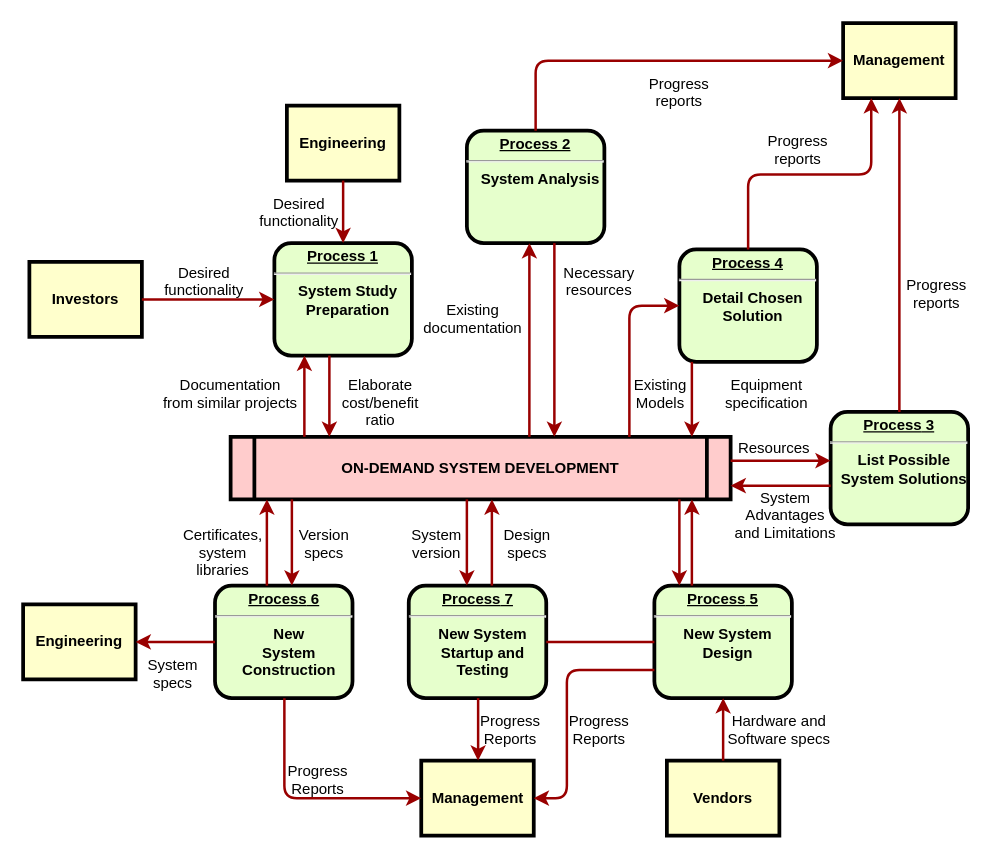
Above: Assets/未命名绘图.drawio in sun33sun/HomeVisit_2019_URP (draw.io), before the change. Source tidied: cells renumbered, new cells numbered last; positions are measured from the earlier drawing's top-left corner, leaving out a move shared by most shapes. Both pictures are drawn from the tidied source at 125%, with x=0, y=0 at pixel (22, 22).
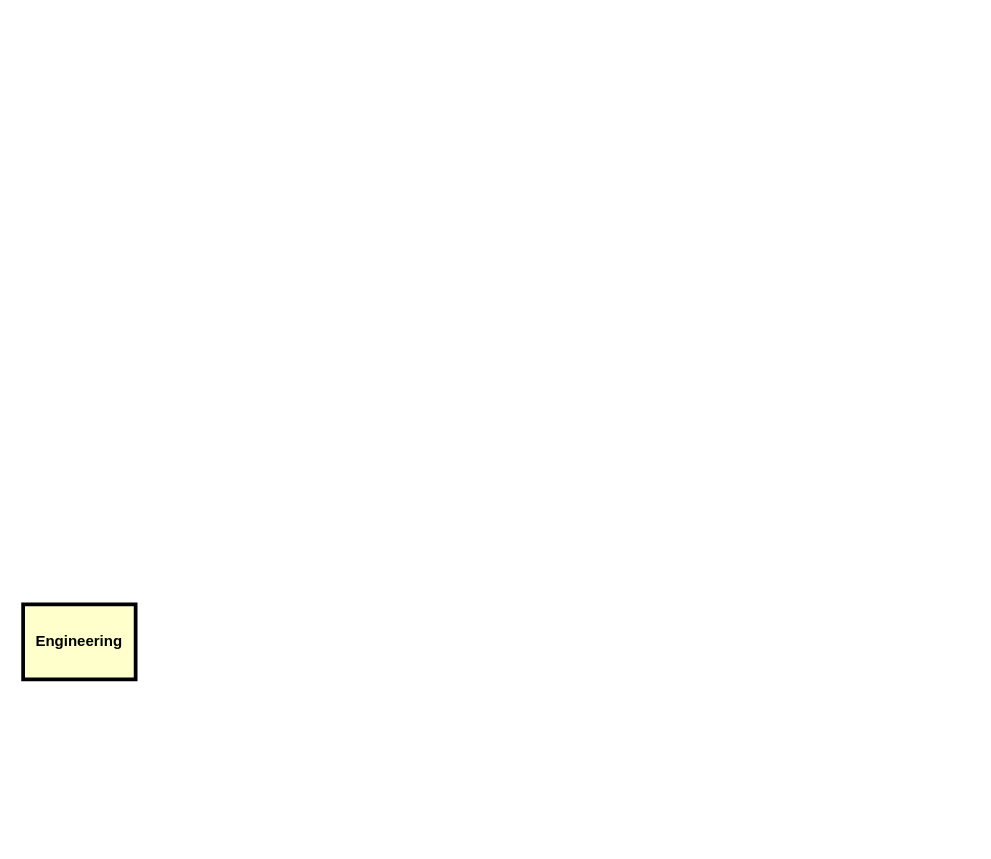
Above is the later version.

Commit message:
新添加的需求.drawio

The change refers to these unchanged cells:
```xml
<mxCell id="13" value="Engineering" style="whiteSpace=wrap;align=center;verticalAlign=middle;fontStyle=1;strokeWidth=3;fillColor=#FFFFCC;" parent="1" vertex="1">
  <mxGeometry y="465" width="90" height="60" as="geometry" />
</mxCell>
```

Change to the diagram source:
```diff
@@
-    <mxCell id="2" value="&lt;p style=&quot;margin: 0px; margin-top: 4px; text-align: center; text-decoration: underline;&quot;&gt;&lt;strong&gt;Process 1&lt;br /&gt;&lt;/strong&gt;&lt;/p&gt;&lt;hr /&gt;&lt;p style=&quot;margin: 0px; margin-left: 8px;&quot;&gt;System Study&lt;/p&gt;&lt;p style=&quot;margin: 0px; margin-left: 8px;&quot;&gt;Preparation&lt;/p&gt;" style="verticalAlign=middle;align=center;overflow=fill;fontSize=12;fontFamily=Helvetica;html=1;rounded=1;fontStyle=1;strokeWidth=3;fillColor=#E6FFCC;" parent="1" vertex="1">
-      <mxGeometry x="201" y="176" width="110" height="90" as="geometry" />
-    </mxCell>
-    <mxCell id="3" value="Engineering" style="whiteSpace=wrap;align=center;verticalAlign=middle;fontStyle=1;strokeWidth=3;fillColor=#FFFFCC;" parent="1" vertex="1">
-      <mxGeometry x="211" y="66" width="90" height="60" as="geometry" />
-    </mxCell>
-    <mxCell id="4" value="Investors" style="whiteSpace=wrap;align=center;verticalAlign=middle;fontStyle=1;strokeWidth=3;fillColor=#FFFFCC;" parent="1" vertex="1">
-      <mxGeometry x="5" y="191" width="90" height="60" as="geometry" />
-    </mxCell>
-    <mxCell id="5" value="ON-DEMAND SYSTEM DEVELOPMENT" style="shape=process;whiteSpace=wrap;align=center;verticalAlign=middle;size=0.0475;fontStyle=1;strokeWidth=3;fillColor=#FFCCCC;" parent="1" vertex="1">
-      <mxGeometry x="166" y="331" width="400" height="50" as="geometry" />
-    </mxCell>
-    <mxCell id="6" value="&lt;p style=&quot;margin: 0px; margin-top: 4px; text-align: center; text-decoration: underline;&quot;&gt;&lt;strong&gt;Process 2&lt;br /&gt;&lt;/strong&gt;&lt;/p&gt;&lt;hr /&gt;&lt;p style=&quot;margin: 0px; margin-left: 8px;&quot;&gt;System Analysis&lt;/p&gt;" style="verticalAlign=middle;align=center;overflow=fill;fontSize=12;fontFamily=Helvetica;html=1;rounded=1;fontStyle=1;strokeWidth=3;fillColor=#E6FFCC;" parent="1" vertex="1">
-      <mxGeometry x="355" y="86" width="110" height="90" as="geometry" />
-    </mxCell>
-    <mxCell id="7" value="&lt;p style=&quot;margin: 0px; margin-top: 4px; text-align: center; text-decoration: underline;&quot;&gt;&lt;strong&gt;&lt;strong&gt;Process&lt;/strong&gt; 3&lt;br /&gt;&lt;/strong&gt;&lt;/p&gt;&lt;hr /&gt;&lt;p style=&quot;margin: 0px; margin-left: 8px;&quot;&gt;List Possible&lt;/p&gt;&lt;p style=&quot;margin: 0px; margin-left: 8px;&quot;&gt;System Solutions&lt;/p&gt;" style="verticalAlign=middle;align=center;overflow=fill;fontSize=12;fontFamily=Helvetica;html=1;rounded=1;fontStyle=1;strokeWidth=3;fillColor=#E6FFCC;" parent="1" vertex="1">
-      <mxGeometry x="646" y="311" width="110" height="90" as="geometry" />
-    </mxCell>
-    <mxCell id="8" value="&lt;p style=&quot;margin: 0px; margin-top: 4px; text-align: center; text-decoration: underline;&quot;&gt;&lt;strong&gt;&lt;strong&gt;Process&lt;/strong&gt; 4&lt;br /&gt;&lt;/strong&gt;&lt;/p&gt;&lt;hr /&gt;&lt;p style=&quot;margin: 0px; margin-left: 8px;&quot;&gt;Detail Chosen&lt;/p&gt;&lt;p style=&quot;margin: 0px; margin-left: 8px;&quot;&gt;Solution&lt;/p&gt;" style="verticalAlign=middle;align=center;overflow=fill;fontSize=12;fontFamily=Helvetica;html=1;rounded=1;fontStyle=1;strokeWidth=3;fillColor=#E6FFCC;" parent="1" vertex="1">
-      <mxGeometry x="525" y="181" width="110" height="90" as="geometry" />
-    </mxCell>
-    <mxCell id="9" value="&lt;p style=&quot;margin: 0px; margin-top: 4px; text-align: center; text-decoration: underline;&quot;&gt;&lt;strong&gt;&lt;strong&gt;Process&lt;/strong&gt; 5&lt;br /&gt;&lt;/strong&gt;&lt;/p&gt;&lt;hr /&gt;&lt;p style=&quot;margin: 0px; margin-left: 8px;&quot;&gt;New System&lt;/p&gt;&lt;p style=&quot;margin: 0px; margin-left: 8px;&quot;&gt;Design&lt;/p&gt;" style="verticalAlign=middle;align=center;overflow=fill;fontSize=12;fontFamily=Helvetica;html=1;rounded=1;fontStyle=1;strokeWidth=3;fillColor=#E6FFCC;" parent="1" vertex="1">
-      <mxGeometry x="505" y="450" width="110" height="90" as="geometry" />
-    </mxCell>
-    <mxCell id="10" value="&lt;p style=&quot;margin: 0px; margin-top: 4px; text-align: center; text-decoration: underline;&quot;&gt;&lt;strong&gt;&lt;strong&gt;Process&lt;/strong&gt; 6&lt;br /&gt;&lt;/strong&gt;&lt;/p&gt;&lt;hr /&gt;&lt;p style=&quot;margin: 0px; margin-left: 8px;&quot;&gt;New&lt;/p&gt;&lt;p style=&quot;margin: 0px; margin-left: 8px;&quot;&gt;System&lt;/p&gt;&lt;p style=&quot;margin: 0px; margin-left: 8px;&quot;&gt;Construction&lt;/p&gt;" style="verticalAlign=middle;align=center;overflow=fill;fontSize=12;fontFamily=Helvetica;html=1;rounded=1;fontStyle=1;strokeWidth=3;fillColor=#E6FFCC;" parent="1" vertex="1">
-      <mxGeometry x="153.5" y="450" width="110" height="90" as="geometry" />
-    </mxCell>
-    <mxCell id="11" value="Management" style="whiteSpace=wrap;align=center;verticalAlign=middle;fontStyle=1;strokeWidth=3;fillColor=#FFFFCC;" parent="1" vertex="1">
-      <mxGeometry x="656" width="90" height="60" as="geometry" />
-    </mxCell>
-    <mxCell id="12" value="Management" style="whiteSpace=wrap;align=center;verticalAlign=middle;fontStyle=1;strokeWidth=3;fillColor=#FFFFCC;" parent="1" vertex="1">
-      <mxGeometry x="318.5" y="590" width="90" height="60" as="geometry" />
-    </mxCell>
@@
-    <mxCell id="14" value="Vendors" style="whiteSpace=wrap;align=center;verticalAlign=middle;fontStyle=1;strokeWidth=3;fillColor=#FFFFCC;" parent="1" vertex="1">
-      <mxGeometry x="515" y="590" width="90" height="60" as="geometry" />
-    </mxCell>
-    <mxCell id="15" style="edgeStyle=none;noEdgeStyle=1;strokeColor=#990000;strokeWidth=2;" parent="1" edge="1" source="3" target="2">
-      <mxGeometry relative="1" as="geometry" />
-    </mxCell>
-    <mxCell id="16" style="edgeStyle=none;noEdgeStyle=1;strokeColor=#990000;strokeWidth=2;" parent="1" edge="1" source="4" target="2">
-      <mxGeometry relative="1" as="geometry" />
-    </mxCell>
-    <mxCell id="17" value="&lt;p style=&quot;margin: 0px; margin-top: 4px; text-align: center; text-decoration: underline;&quot;&gt;&lt;strong&gt;&lt;strong&gt;Process&lt;/strong&gt; 7&lt;br /&gt;&lt;/strong&gt;&lt;/p&gt;&lt;hr /&gt;&lt;p style=&quot;margin: 0px; margin-left: 8px;&quot;&gt;New System&lt;/p&gt;&lt;p style=&quot;margin: 0px; margin-left: 8px;&quot;&gt;Startup and&lt;/p&gt;&lt;p style=&quot;margin: 0px; margin-left: 8px;&quot;&gt;Testing&lt;/p&gt;" style="verticalAlign=middle;align=center;overflow=fill;fontSize=12;fontFamily=Helvetica;html=1;rounded=1;fontStyle=1;strokeWidth=3;fillColor=#E6FFCC;" parent="1" vertex="1">
-      <mxGeometry x="308.5" y="450" width="110" height="90" as="geometry" />
-    </mxCell>
-    <mxCell id="18" style="endArrow=none;noEdgeStyle=1;strokeColor=#990000;strokeWidth=2;" parent="1" edge="1" source="9" target="17">
-      <mxGeometry relative="1" as="geometry" />
-    </mxCell>
-    <mxCell id="19" value="Desired &#10;functionality" style="text;spacingTop=-5;align=center;" parent="1" vertex="1">
-      <mxGeometry x="130" y="191" width="30" height="20" as="geometry" />
-    </mxCell>
-    <mxCell id="20" value="Desired &#10;functionality" style="text;spacingTop=-5;align=center;" parent="1" vertex="1">
-      <mxGeometry x="206" y="136" width="30" height="20" as="geometry" />
-    </mxCell>
-    <mxCell id="21" value="Documentation&#10;from similar projects" style="text;spacingTop=-5;align=center;" parent="1" vertex="1">
-      <mxGeometry x="151" y="281" width="30" height="20" as="geometry" />
-    </mxCell>
-    <mxCell id="22" style="edgeStyle=elbowEdgeStyle;elbow=horizontal;strokeColor=#990000;strokeWidth=2;" parent="1" edge="1" source="5" target="2">
-      <mxGeometry relative="1" as="geometry">
-        <Array as="points">
-          <mxPoint x="225" y="310" />
-        </Array>
-      </mxGeometry>
-    </mxCell>
-    <mxCell id="23" style="edgeStyle=elbowEdgeStyle;elbow=horizontal;strokeColor=#990000;strokeWidth=2;" parent="1" edge="1" source="2" target="5">
-      <mxGeometry relative="1" as="geometry">
-        <Array as="points">
-          <mxPoint x="245" y="300" />
-        </Array>
-      </mxGeometry>
-    </mxCell>
-    <mxCell id="24" value="Elaborate&#10;cost/benefit&#10;ratio" style="text;spacingTop=-5;align=center;" parent="1" vertex="1">
-      <mxGeometry x="271" y="281" width="30" height="20" as="geometry" />
-    </mxCell>
-    <mxCell id="25" style="edgeStyle=elbowEdgeStyle;elbow=horizontal;strokeColor=#990000;strokeWidth=2;" parent="1" edge="1" source="5" target="6">
-      <mxGeometry relative="1" as="geometry">
-        <Array as="points">
-          <mxPoint x="405" y="250" />
-        </Array>
-      </mxGeometry>
-    </mxCell>
-    <mxCell id="26" style="edgeStyle=elbowEdgeStyle;elbow=horizontal;strokeColor=#990000;strokeWidth=2;" parent="1" edge="1" source="6" target="5">
-      <mxGeometry relative="1" as="geometry">
-        <Array as="points">
-          <mxPoint x="425" y="260" />
-        </Array>
-      </mxGeometry>
-    </mxCell>
-    <mxCell id="27" value="Existing&#10;documentation" style="text;spacingTop=-5;align=center;" parent="1" vertex="1">
-      <mxGeometry x="345" y="221" width="30" height="20" as="geometry" />
-    </mxCell>
-    <mxCell id="28" value="Necessary&#10;resources" style="text;spacingTop=-5;align=center;" parent="1" vertex="1">
-      <mxGeometry x="446" y="191" width="30" height="20" as="geometry" />
-    </mxCell>
-    <mxCell id="29" value="Progress&#10;reports" style="text;spacingTop=-5;align=center;" parent="1" vertex="1">
-      <mxGeometry x="510" y="40" width="30" height="20" as="geometry" />
-    </mxCell>
-    <mxCell id="30" value="Progress&#10;reports" style="text;spacingTop=-5;align=center;" parent="1" vertex="1">
-      <mxGeometry x="605" y="86" width="30" height="20" as="geometry" />
-    </mxCell>
-    <mxCell id="31" value="Progress&#10;reports" style="text;spacingTop=-5;align=center;" parent="1" vertex="1">
-      <mxGeometry x="716" y="201" width="30" height="20" as="geometry" />
-    </mxCell>
-    <mxCell id="32" style="edgeStyle=elbowEdgeStyle;elbow=horizontal;strokeColor=#990000;strokeWidth=2;" parent="1" edge="1" source="6" target="11">
-      <mxGeometry relative="1" as="geometry">
-        <Array as="points">
-          <mxPoint x="410" y="80" />
-        </Array>
-      </mxGeometry>
-    </mxCell>
-    <mxCell id="33" style="edgeStyle=elbowEdgeStyle;elbow=vertical;entryX=0.25;entryY=1;strokeColor=#990000;strokeWidth=2;" parent="1" edge="1" source="8" target="11">
-      <mxGeometry relative="1" as="geometry" />
-    </mxCell>
-    <mxCell id="34" style="edgeStyle=elbowEdgeStyle;elbow=horizontal;strokeColor=#990000;strokeWidth=2;" parent="1" edge="1" source="7" target="11">
-      <mxGeometry relative="1" as="geometry" />
-    </mxCell>
-    <mxCell id="35" style="edgeStyle=elbowEdgeStyle;elbow=horizontal;strokeColor=#990000;strokeWidth=2;" parent="1" edge="1" source="8" target="5">
-      <mxGeometry relative="1" as="geometry">
-        <Array as="points">
-          <mxPoint x="535" y="300" />
-        </Array>
-      </mxGeometry>
-    </mxCell>
-    <mxCell id="36" style="edgeStyle=segmentEdgeStyle;strokeColor=#990000;strokeWidth=2;" parent="1" edge="1" source="5" target="8">
-      <mxGeometry relative="1" as="geometry">
-        <Array as="points">
-          <mxPoint x="485" y="226" />
-        </Array>
-      </mxGeometry>
-    </mxCell>
-    <mxCell id="37" value="Existing&#10;Models" style="text;spacingTop=-5;align=center;" parent="1" vertex="1">
-      <mxGeometry x="495" y="281" width="30" height="20" as="geometry" />
-    </mxCell>
-    <mxCell id="38" value="Equipment&#10;specification" style="text;spacingTop=-5;align=center;" parent="1" vertex="1">
-      <mxGeometry x="580" y="281" width="30" height="20" as="geometry" />
-    </mxCell>
-    <mxCell id="39" style="edgeStyle=elbowEdgeStyle;elbow=vertical;strokeColor=#990000;strokeWidth=2;" parent="1" edge="1" source="5" target="7">
-      <mxGeometry relative="1" as="geometry">
-        <Array as="points">
-          <mxPoint x="615" y="350" />
-        </Array>
-      </mxGeometry>
-    </mxCell>
-    <mxCell id="40" style="edgeStyle=elbowEdgeStyle;elbow=vertical;strokeColor=#990000;strokeWidth=2;" parent="1" edge="1" source="7" target="5">
-      <mxGeometry relative="1" as="geometry">
-        <Array as="points">
-          <mxPoint x="615" y="370" />
-        </Array>
-      </mxGeometry>
-    </mxCell>
-    <mxCell id="41" value="Resources" style="text;spacingTop=-5;align=center;" parent="1" vertex="1">
-      <mxGeometry x="586" y="331" width="30" height="20" as="geometry" />
-    </mxCell>
-    <mxCell id="42" value="System &#10;Advantages &#10;and Limitations" style="text;spacingTop=-5;align=center;" parent="1" vertex="1">
-      <mxGeometry x="595" y="371" width="30" height="20" as="geometry" />
-    </mxCell>
-    <mxCell id="43" style="edgeStyle=elbowEdgeStyle;elbow=horizontal;strokeColor=#990000;strokeWidth=2;" parent="1" edge="1" source="9" target="5">
-      <mxGeometry relative="1" as="geometry">
-        <Array as="points">
-          <mxPoint x="535" y="410" />
-        </Array>
-      </mxGeometry>
-    </mxCell>
-    <mxCell id="44" style="edgeStyle=elbowEdgeStyle;elbow=horizontal;strokeColor=#990000;strokeWidth=2;" parent="1" edge="1" source="5" target="9">
-      <mxGeometry relative="1" as="geometry">
-        <Array as="points">
-          <mxPoint x="525" y="420" />
-        </Array>
-      </mxGeometry>
-    </mxCell>
-    <mxCell id="45" style="edgeStyle=elbowEdgeStyle;elbow=horizontal;strokeColor=#990000;strokeWidth=2;" parent="1" edge="1" source="14" target="9">
-      <mxGeometry relative="1" as="geometry" />
-    </mxCell>
-    <mxCell id="46" value="Hardware and&#10;Software specs" style="text;spacingTop=-5;align=center;" parent="1" vertex="1">
-      <mxGeometry x="590" y="550" width="30" height="20" as="geometry" />
-    </mxCell>
-    <mxCell id="47" style="edgeStyle=elbowEdgeStyle;elbow=horizontal;exitX=0;exitY=0.75;strokeColor=#990000;strokeWidth=2;" parent="1" edge="1" source="9" target="12">
-      <mxGeometry relative="1" as="geometry">
-        <Array as="points">
-          <mxPoint x="435" y="570" />
-        </Array>
-      </mxGeometry>
-    </mxCell>
-    <mxCell id="48" value="Progress&#10;Reports" style="text;spacingTop=-5;align=center;" parent="1" vertex="1">
-      <mxGeometry x="446" y="550" width="30" height="20" as="geometry" />
-    </mxCell>
-    <mxCell id="49" style="edgeStyle=elbowEdgeStyle;elbow=horizontal;strokeColor=#990000;strokeWidth=2;" parent="1" edge="1" source="17" target="12">
-      <mxGeometry relative="1" as="geometry" />
-    </mxCell>
-    <mxCell id="50" value="Progress&#10;Reports" style="text;spacingTop=-5;align=center;" parent="1" vertex="1">
-      <mxGeometry x="375" y="550" width="30" height="20" as="geometry" />
-    </mxCell>
-    <mxCell id="51" style="edgeStyle=elbowEdgeStyle;elbow=horizontal;strokeColor=#990000;strokeWidth=2;" parent="1" edge="1" source="10" target="12">
-      <mxGeometry relative="1" as="geometry">
-        <Array as="points">
-          <mxPoint x="209" y="570" />
-        </Array>
-      </mxGeometry>
-    </mxCell>
-    <mxCell id="52" value="Progress&#10;Reports" style="text;spacingTop=-5;align=center;" parent="1" vertex="1">
-      <mxGeometry x="221" y="590" width="30" height="20" as="geometry" />
-    </mxCell>
-    <mxCell id="53" style="edgeStyle=elbowEdgeStyle;elbow=vertical;strokeColor=#990000;strokeWidth=2;" parent="1" edge="1" source="10" target="13">
-      <mxGeometry relative="1" as="geometry" />
-    </mxCell>
-    <mxCell id="54" style="edgeStyle=elbowEdgeStyle;elbow=horizontal;strokeColor=#990000;strokeWidth=2;" parent="1" edge="1" source="5" target="17">
-      <mxGeometry relative="1" as="geometry">
-        <Array as="points">
-          <mxPoint x="355" y="410" />
-        </Array>
-      </mxGeometry>
-    </mxCell>
-    <mxCell id="55" style="edgeStyle=elbowEdgeStyle;elbow=horizontal;strokeColor=#990000;strokeWidth=2;" parent="1" edge="1" source="17" target="5">
-      <mxGeometry relative="1" as="geometry">
-        <Array as="points">
-          <mxPoint x="375" y="410" />
-        </Array>
-      </mxGeometry>
-    </mxCell>
-    <mxCell id="56" value="Version&#10;specs" style="text;spacingTop=-5;align=center;" parent="1" vertex="1">
-      <mxGeometry x="226" y="401" width="30" height="20" as="geometry" />
-    </mxCell>
-    <mxCell id="57" value="Certificates,&#10;system&#10;libraries" style="text;spacingTop=-5;align=center;" parent="1" vertex="1">
-      <mxGeometry x="145" y="401" width="30" height="20" as="geometry" />
-    </mxCell>
-    <mxCell id="58" style="edgeStyle=elbowEdgeStyle;elbow=horizontal;strokeColor=#990000;strokeWidth=2;" parent="1" edge="1" source="5" target="10">
-      <mxGeometry relative="1" as="geometry">
-        <Array as="points">
-          <mxPoint x="215" y="410" />
-        </Array>
-      </mxGeometry>
-    </mxCell>
-    <mxCell id="59" style="edgeStyle=elbowEdgeStyle;elbow=horizontal;strokeColor=#990000;strokeWidth=2;" parent="1" edge="1" source="10" target="5">
-      <mxGeometry relative="1" as="geometry">
-        <Array as="points">
-          <mxPoint x="195" y="410" />
-        </Array>
-      </mxGeometry>
-    </mxCell>
-    <mxCell id="60" value="System&#10;specs" style="text;spacingTop=-5;align=center;" parent="1" vertex="1">
-      <mxGeometry x="105" y="505" width="30" height="20" as="geometry" />
-    </mxCell>
-    <mxCell id="61" value="Design&#10;specs" style="text;spacingTop=-5;align=center;" parent="1" vertex="1">
-      <mxGeometry x="388.5" y="401" width="30" height="20" as="geometry" />
-    </mxCell>
-    <mxCell id="62" value="System&#10;version" style="text;spacingTop=-5;align=center;" parent="1" vertex="1">
-      <mxGeometry x="316" y="401" width="30" height="20" as="geometry" />
-    </mxCell>
```
